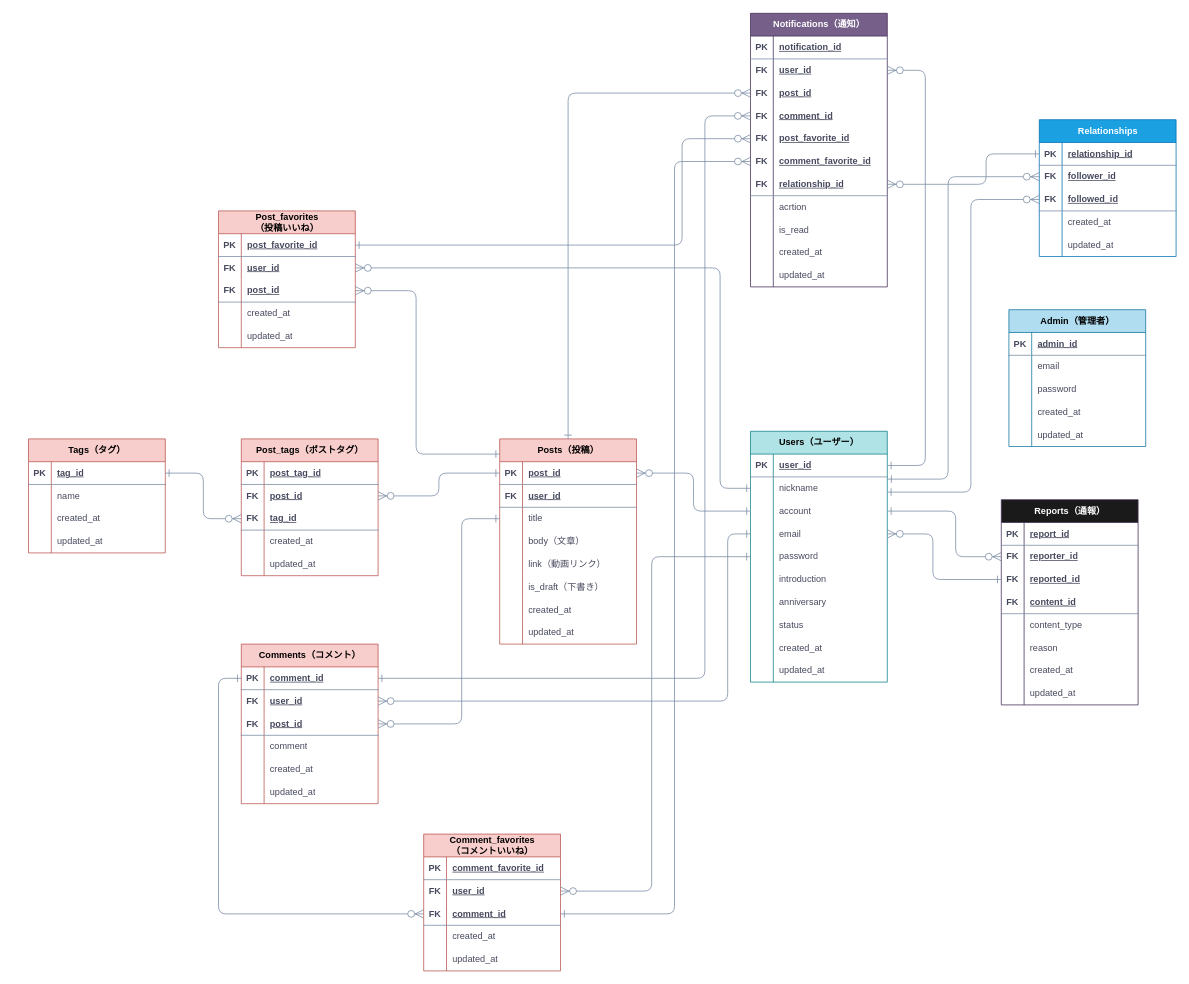
Before: 2seeds.drawio in Ganmo3/drawio, a draw.io diagram. Source tidied: cells renumbered, new cells numbered last; positions are measured from the earlier drawing's top-left corner, leaving out a move shared by most shapes. Both pictures are drawn from the tidied source at 76%, with x=0, y=0 at pixel (13, 13).
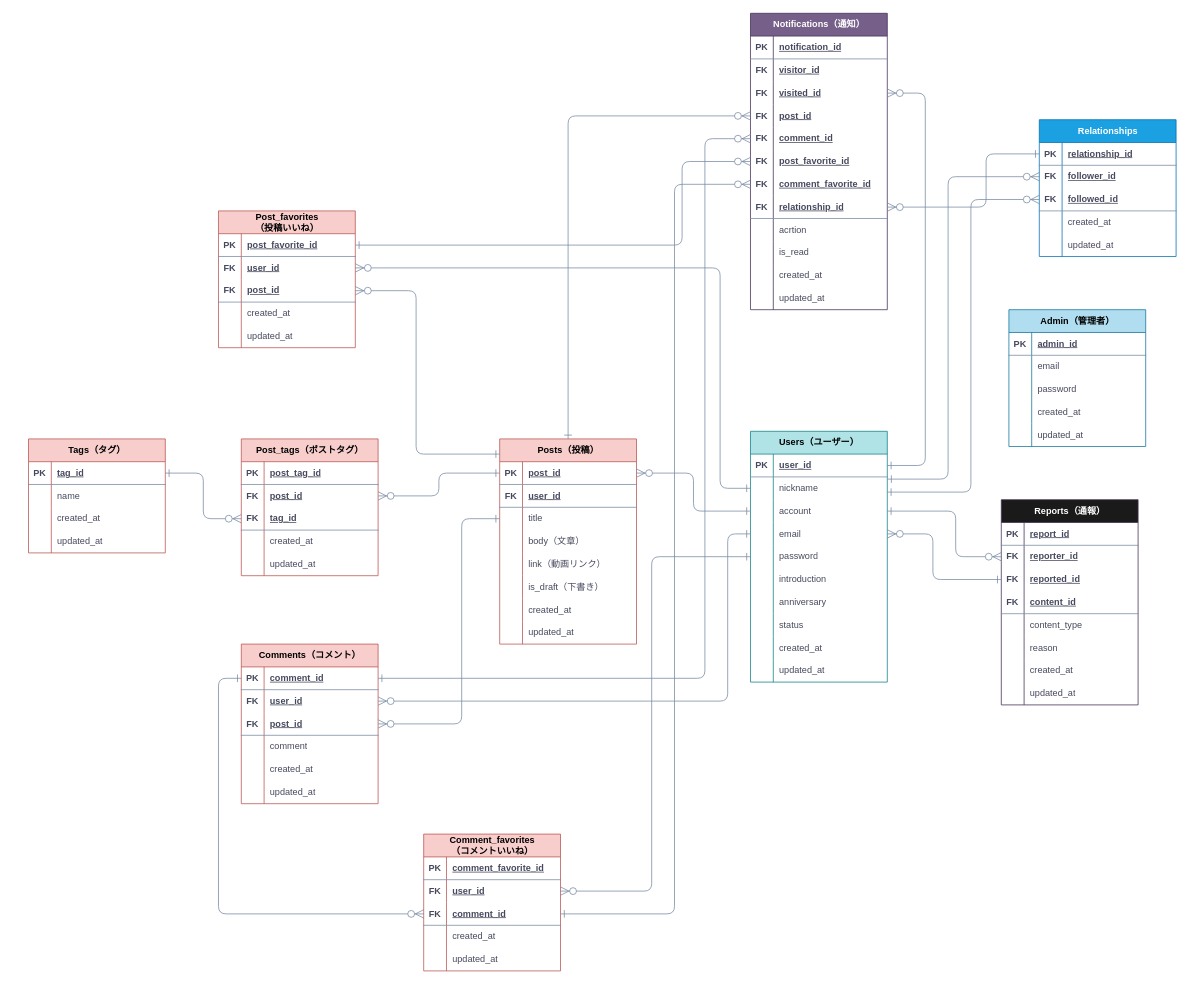
The same diagram, later.

Commit message:
2seeds.drawio を更新します

Diff of the diagram source:
```diff
@@
     <mxCell id="135" value="Notifications（通知）" style="shape=table;startSize=30;childLayout=tableLayout;rowLines=0;fontStyle=1;align=center;html=1;strokeColor=#432D57;fontFamily=Helvetica;fontSize=12;fillColor=#76608a;labelBackgroundColor=none;fontColor=#ffffff;" parent="1" vertex="1">
-      <mxGeometry x="970" width="180" height="360" as="geometry" />
+      <mxGeometry x="970" width="180" height="390" as="geometry" />
     </mxCell>
@@
+    <mxCell id="254" style="shape=tableRow;horizontal=0;startSize=0;swimlaneHead=0;swimlaneBody=0;fillColor=none;top=0;left=0;right=0;bottom=0;strokeColor=#788AA3;fontFamily=Helvetica;fontSize=12;fontColor=#46495D;html=1;labelBackgroundColor=none;" parent="135" vertex="1">
+      <mxGeometry y="60" width="180" height="30" as="geometry" />
+    </mxCell>
+    <mxCell id="255" value="&lt;b&gt;FK&lt;/b&gt;" style="shape=partialRectangle;fillColor=none;top=0;left=0;bottom=0;right=0;overflow=hidden;whiteSpace=wrap;html=1;strokeColor=#788AA3;fontFamily=Helvetica;fontSize=12;fontColor=#46495D;startSize=23;labelBackgroundColor=none;" parent="254" vertex="1">
+      <mxGeometry width="30" height="30" as="geometry" />
+    </mxCell>
+    <mxCell id="256" value="&lt;u&gt;&lt;b&gt;visitor_id&lt;/b&gt;&lt;/u&gt;" style="shape=partialRectangle;fillColor=none;top=0;left=0;bottom=0;right=0;align=left;spacingLeft=6;overflow=hidden;whiteSpace=wrap;html=1;strokeColor=#788AA3;fontFamily=Helvetica;fontSize=12;fontColor=#46495D;startSize=23;labelBackgroundColor=none;" parent="254" vertex="1">
+      <mxGeometry x="30" width="150" height="30" as="geometry" />
+    </mxCell>
     <mxCell id="139" style="shape=tableRow;horizontal=0;startSize=0;swimlaneHead=0;swimlaneBody=0;fillColor=none;points=[[0,0.5],[1,0.5]];portConstraint=eastwest;top=0;left=0;right=0;bottom=0;strokeColor=#788AA3;fontFamily=Helvetica;fontSize=12;fontColor=#46495D;html=1;labelBackgroundColor=none;" parent="135" vertex="1">
-      <mxGeometry y="60" width="180" height="30" as="geometry" />
+      <mxGeometry y="90" width="180" height="30" as="geometry" />
     </mxCell>
@@
-    <mxCell id="141" value="&lt;u&gt;&lt;b&gt;user_id&lt;/b&gt;&lt;/u&gt;" style="shape=partialRectangle;fillColor=none;top=0;left=0;bottom=0;right=0;align=left;spacingLeft=6;overflow=hidden;whiteSpace=wrap;html=1;strokeColor=#788AA3;fontFamily=Helvetica;fontSize=12;fontColor=#46495D;startSize=23;labelBackgroundColor=none;" parent="139" vertex="1">
+    <mxCell id="141" value="&lt;u&gt;&lt;b&gt;visited_id&lt;/b&gt;&lt;/u&gt;" style="shape=partialRectangle;fillColor=none;top=0;left=0;bottom=0;right=0;align=left;spacingLeft=6;overflow=hidden;whiteSpace=wrap;html=1;strokeColor=#788AA3;fontFamily=Helvetica;fontSize=12;fontColor=#46495D;startSize=23;labelBackgroundColor=none;" parent="139" vertex="1">
       <mxGeometry x="30" width="150" height="30" as="geometry" />
     </mxCell>
     <mxCell id="142" style="shape=tableRow;horizontal=0;startSize=0;swimlaneHead=0;swimlaneBody=0;fillColor=none;points=[[0,0.5],[1,0.5]];portConstraint=eastwest;top=0;left=0;right=0;bottom=0;strokeColor=#788AA3;fontFamily=Helvetica;fontSize=12;fontColor=#46495D;html=1;labelBackgroundColor=none;" parent="135" vertex="1">
-      <mxGeometry y="90" width="180" height="30" as="geometry" />
+      <mxGeometry y="120" width="180" height="30" as="geometry" />
     </mxCell>
@@
     <mxCell id="145" style="shape=tableRow;horizontal=0;startSize=0;swimlaneHead=0;swimlaneBody=0;fillColor=none;points=[[0,0.5],[1,0.5]];portConstraint=eastwest;top=0;left=0;right=0;bottom=0;strokeColor=#788AA3;fontFamily=Helvetica;fontSize=12;fontColor=#46495D;html=1;labelBackgroundColor=none;" parent="135" vertex="1">
-      <mxGeometry y="120" width="180" height="30" as="geometry" />
+      <mxGeometry y="150" width="180" height="30" as="geometry" />
     </mxCell>
@@
     <mxCell id="148" style="shape=tableRow;horizontal=0;startSize=0;swimlaneHead=0;swimlaneBody=0;fillColor=none;points=[[0,0.5],[1,0.5]];portConstraint=eastwest;top=0;left=0;right=0;bottom=0;strokeColor=#788AA3;fontFamily=Helvetica;fontSize=12;fontColor=#46495D;html=1;labelBackgroundColor=none;" parent="135" vertex="1">
-      <mxGeometry y="150" width="180" height="30" as="geometry" />
+      <mxGeometry y="180" width="180" height="30" as="geometry" />
     </mxCell>
@@
     <mxCell id="151" style="shape=tableRow;horizontal=0;startSize=0;swimlaneHead=0;swimlaneBody=0;fillColor=none;points=[[0,0.5],[1,0.5]];portConstraint=eastwest;top=0;left=0;right=0;bottom=0;strokeColor=#788AA3;fontFamily=Helvetica;fontSize=12;fontColor=#46495D;html=1;labelBackgroundColor=none;" parent="135" vertex="1">
-      <mxGeometry y="180" width="180" height="30" as="geometry" />
+      <mxGeometry y="210" width="180" height="30" as="geometry" />
     </mxCell>
@@
     <mxCell id="154" style="shape=tableRow;horizontal=0;startSize=0;swimlaneHead=0;swimlaneBody=0;fillColor=none;points=[[0,0.5],[1,0.5]];portConstraint=eastwest;top=0;left=0;right=0;bottom=1;strokeColor=#788AA3;fontFamily=Helvetica;fontSize=12;fontColor=#46495D;html=1;labelBackgroundColor=none;" parent="135" vertex="1">
-      <mxGeometry y="210" width="180" height="30" as="geometry" />
+      <mxGeometry y="240" width="180" height="30" as="geometry" />
     </mxCell>
@@
     <mxCell id="157" style="shape=tableRow;horizontal=0;startSize=0;swimlaneHead=0;swimlaneBody=0;fillColor=none;top=0;left=0;right=0;bottom=0;strokeColor=#788AA3;fontFamily=Helvetica;fontSize=12;fontColor=#46495D;html=1;labelBackgroundColor=none;" parent="135" vertex="1">
-      <mxGeometry y="240" width="180" height="30" as="geometry" />
+      <mxGeometry y="270" width="180" height="30" as="geometry" />
     </mxCell>
@@
     <mxCell id="160" style="shape=tableRow;horizontal=0;startSize=0;swimlaneHead=0;swimlaneBody=0;fillColor=none;top=0;left=0;right=0;bottom=0;strokeColor=#788AA3;fontFamily=Helvetica;fontSize=12;fontColor=#46495D;html=1;labelBackgroundColor=none;" parent="135" vertex="1">
-      <mxGeometry y="270" width="180" height="30" as="geometry" />
+      <mxGeometry y="300" width="180" height="30" as="geometry" />
     </mxCell>
@@
     <mxCell id="163" style="shape=tableRow;horizontal=0;startSize=0;swimlaneHead=0;swimlaneBody=0;fillColor=none;top=0;left=0;right=0;bottom=0;strokeColor=#788AA3;fontFamily=Helvetica;fontSize=12;fontColor=#46495D;html=1;labelBackgroundColor=none;" parent="135" vertex="1">
-      <mxGeometry y="300" width="180" height="30" as="geometry" />
+      <mxGeometry y="330" width="180" height="30" as="geometry" />
     </mxCell>
@@
     <mxCell id="166" style="shape=tableRow;horizontal=0;startSize=0;swimlaneHead=0;swimlaneBody=0;fillColor=none;top=0;left=0;right=0;bottom=0;strokeColor=#788AA3;fontFamily=Helvetica;fontSize=12;fontColor=#46495D;html=1;labelBackgroundColor=none;" parent="135" vertex="1">
-      <mxGeometry y="330" width="180" height="30" as="geometry" />
+      <mxGeometry y="360" width="180" height="30" as="geometry" />
     </mxCell>
```
